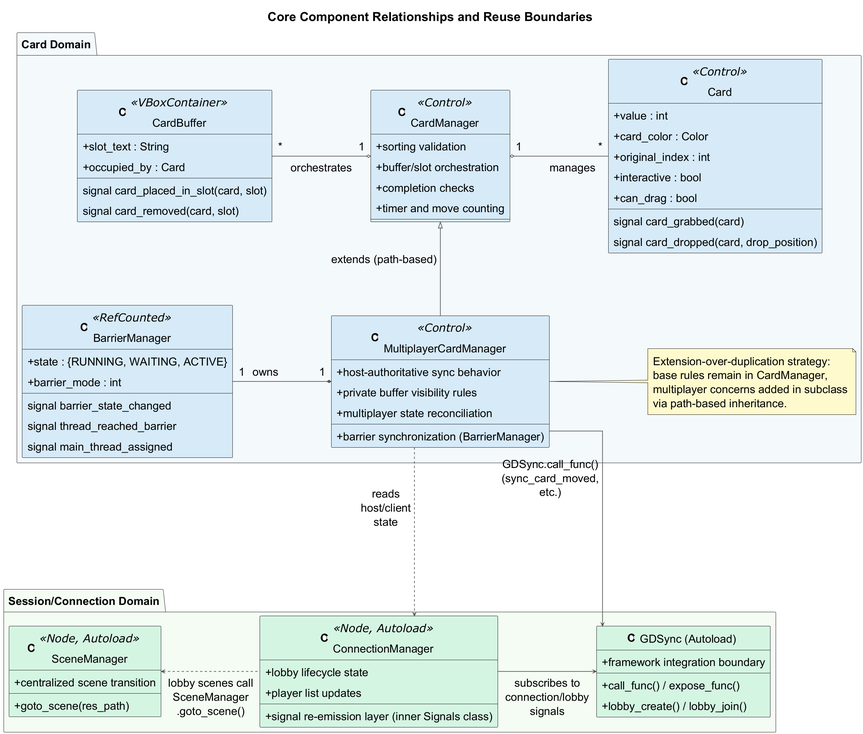
Earlier version of the PlantUML export figures/diagrams/component-inheritance-overview.png (Siponek/HPC-thesis).
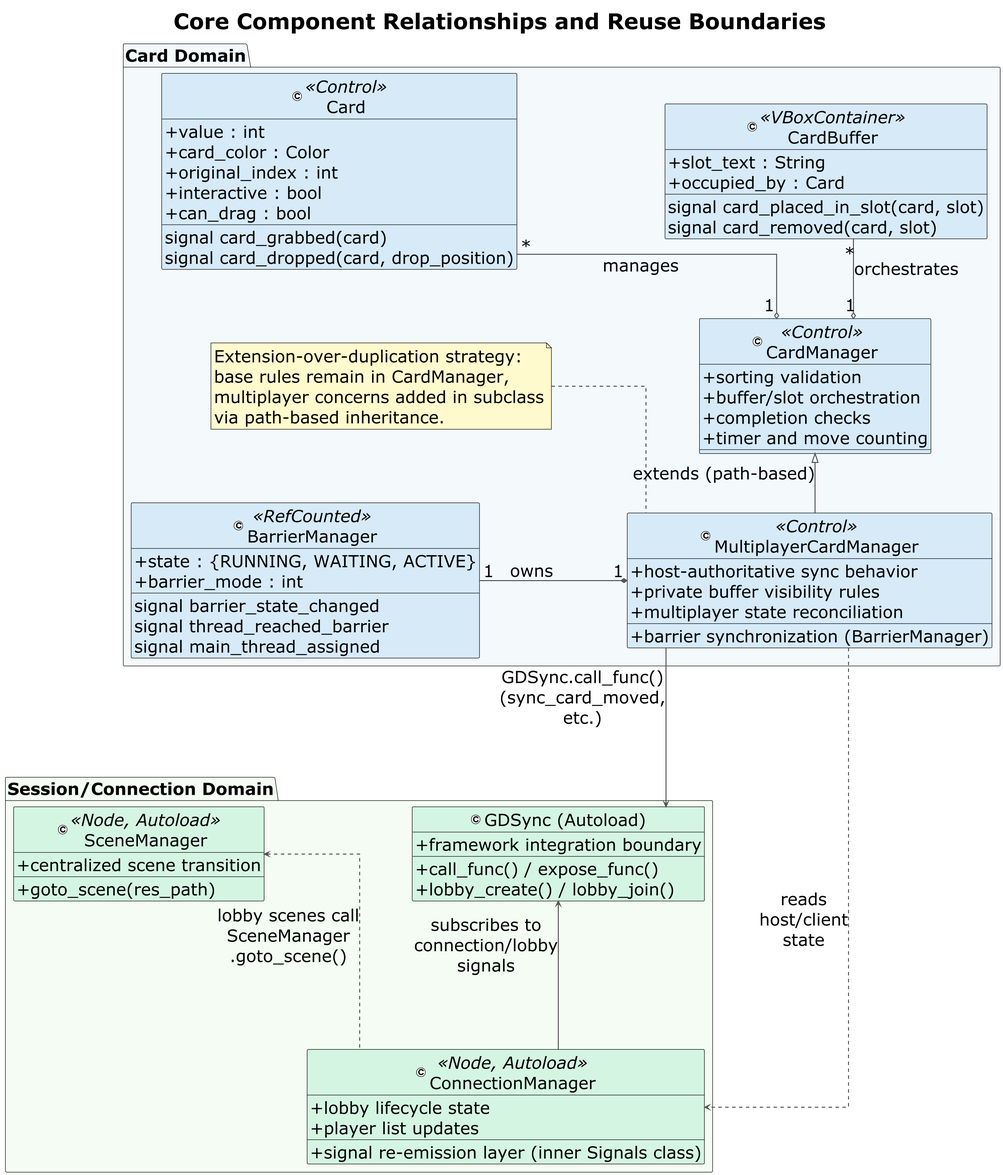
The same diagram one commit later.

Change to the diagram source:
```diff
@@ -1,15 +1,22 @@
 @startuml component-inheritance-overview
 !theme plain
+!import ../shared/theme.puml
+scale 1.5
 
 skinparam classAttributeIconSize 0
-skinparam backgroundColor white
-skinparam defaultFontName "Computer Modern"
-skinparam padding 10
-skinparam DefaultFontSize 34
-skinparam TitleFontSize 38
+skinparam ClassFontSize 34
+skinparam CardFontSize 34
+skinparam ClassAttributeFontSize 34
+skinparam ClassStereotypeFontSize 34
+skinparam NoteFontSize 34
+skinparam ArrowFontSize 34
+skinparam PackageFontSize 34
+skinparam TitleFontSize 44
+
+
 
 skinparam nodesep 300
-skinparam ranksep 160
+skinparam ranksep 100
 skinparam ArrowThickness 2
 skinparam ArrowColor #555555
 skinparam linetype ortho
@@ -17,11 +24,22 @@
 title Core Component Relationships and Reuse Boundaries
 
 package "Card Domain" #F4F9FC {
+  together{
+
   class CardManager <<Control>> #D6EAF8 {
     +sorting validation
     +buffer/slot orchestration
     +completion checks
     +timer and move counting
+  }
+
+  class CardBuffer <<VBoxContainer>> #D6EAF8 {
+    +slot_text : String
+    +occupied_by : Card
+    --
+    signal card_placed_in_slot(card, slot)
+    signal card_removed(card, slot)
+  }
   }
 
   class Card <<Control>> #D6EAF8 {
@@ -35,14 +53,6 @@
     signal card_dropped(card, drop_position)
   }
 
-  class CardBuffer <<VBoxContainer>> #D6EAF8 {
-    +slot_text : String
-    +occupied_by : Card
-    --
-    signal card_placed_in_slot(card, slot)
-    signal card_removed(card, slot)
-  }
-
   class MultiplayerCardManager <<Control>> #D6EAF8 {
     +host-authoritative sync behavior
     +private buffer visibility rules
@@ -50,7 +60,7 @@
     +multiplayer state reconciliation
   }
 
-  note right of MultiplayerCardManager #FFFACD
+  note top of MultiplayerCardManager #FFFACD
     Extension-over-duplication strategy:
     base rules remain in CardManager,
     multiplayer concerns added in subclass
@@ -66,8 +76,8 @@
     signal main_thread_assigned
   }
 
-  CardManager "1" o-right- "*" Card : manages
-  CardManager "1" o-left- "*" CardBuffer : orchestrates
+  CardManager "1" o-up- "*" Card : manages
+  CardManager "1" o-up- "*" CardBuffer : orchestrates
   CardManager <|-- MultiplayerCardManager : extends (path-based)
   MultiplayerCardManager "1" *-left- "1" BarrierManager : owns
 }
@@ -79,19 +89,18 @@
     +signal re-emission layer (inner Signals class)
   }
 
+  class SceneManager <<Node, Autoload>> #D5F5E3 {
+    +goto_scene(res_path)
+    +centralized scene transition
+  }
+
   class "GDSync (Autoload)" as GDSync #D5F5E3 {
     +call_func() / expose_func()
     +lobby_create() / lobby_join()
     +framework integration boundary
   }
-
-  class SceneManager <<Node, Autoload>> #D5F5E3 {
-    +goto_scene(res_path)
-    +centralized scene transition
-  }
-
-  ConnectionManager -right-> GDSync : subscribes to\nconnection/lobby\nsignals
-  ConnectionManager ..left..> SceneManager : lobby scenes call\nSceneManager\n.goto_scene()
+  ConnectionManager ..up..> SceneManager : lobby scenes call\nSceneManager\n.goto_scene()
+  ConnectionManager --up--> GDSync : subscribes to\nconnection/lobby\nsignals
 }
 
 MultiplayerCardManager ----> GDSync : GDSync.call_func()\n(sync_card_moved,\netc.)
```
